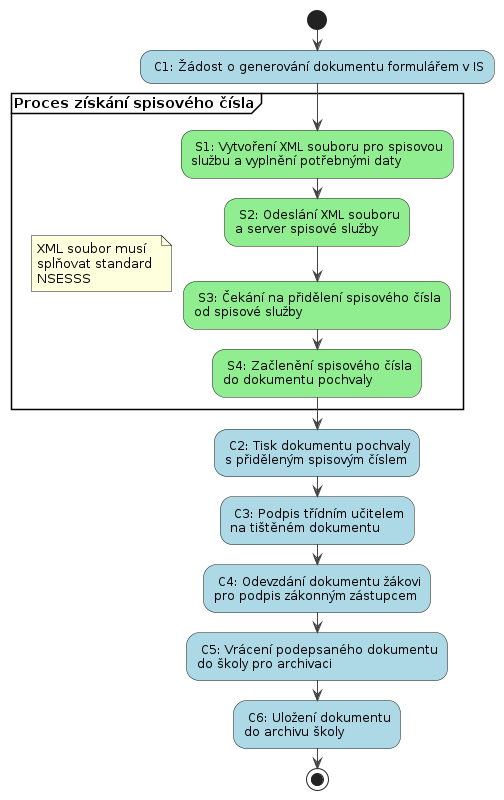
Earlier version of the PlantUML export images/ac-nsesss-pochvala.png (DanielADK/tul-bp).
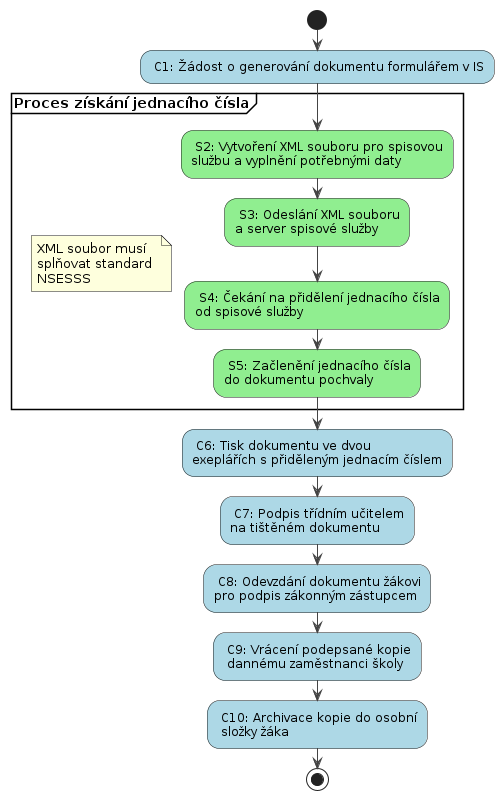
After the commit.

Change to the diagram source:
```diff
@@ -9,22 +9,22 @@
 
 start
 $HUMAN: C1: Žádost o generování dokumentu formulářem v IS;
-partition "**Proces získání spisového čísla**" {
+partition "**Proces získání jednacího čísla**" {
   note
   XML soubor musí
   splňovat standard
   NSESSS
   end note
 
-  $SOFTWARE: S1: Vytvoření XML souboru pro spisovou\nslužbu a vyplnění potřebnými daty;
-  $SOFTWARE: S2: Odeslání XML souboru\na server spisové služby;
-  $SOFTWARE: S3: Čekání na přidělení spisového čísla\nod spisové služby;
-  $SOFTWARE: S4: Začlenění spisového čísla\ndo dokumentu pochvaly;
+  $SOFTWARE: S2: Vytvoření XML souboru pro spisovou\nslužbu a vyplnění potřebnými daty;
+  $SOFTWARE: S3: Odeslání XML souboru\na server spisové služby;
+  $SOFTWARE: S4: Čekání na přidělení jednacího čísla\nod spisové služby;
+  $SOFTWARE: S5: Začlenění jednacího čísla\ndo dokumentu pochvaly;
 }
-$HUMAN: C2: Tisk dokumentu pochvaly\ns přiděleným spisovým číslem;
-$HUMAN: C3: Podpis třídním učitelem\nna tištěném dokumentu;
-$HUMAN: C4: Odevzdání dokumentu žákovi\npro podpis zákonným zástupcem;
-$HUMAN: C5: Vrácení podepsaného dokumentu\ndo školy pro archivaci;
-$HUMAN: C6: Uložení dokumentu\ndo archivu školy;
+$HUMAN: C6: Tisk dokumentu ve dvou\nexeplářích s přiděleným jednacím číslem;
+$HUMAN: C7: Podpis třídním učitelem\nna tištěném dokumentu;
+$HUMAN: C8: Odevzdání dokumentu žákovi\npro podpis zákonným zástupcem;
+$HUMAN: C9: Vrácení podepsané kopie\n dannému zaměstnanci školy;
+$HUMAN: C10: Archivace kopie do osobní\n složky žáka;
 stop
 @enduml
```
